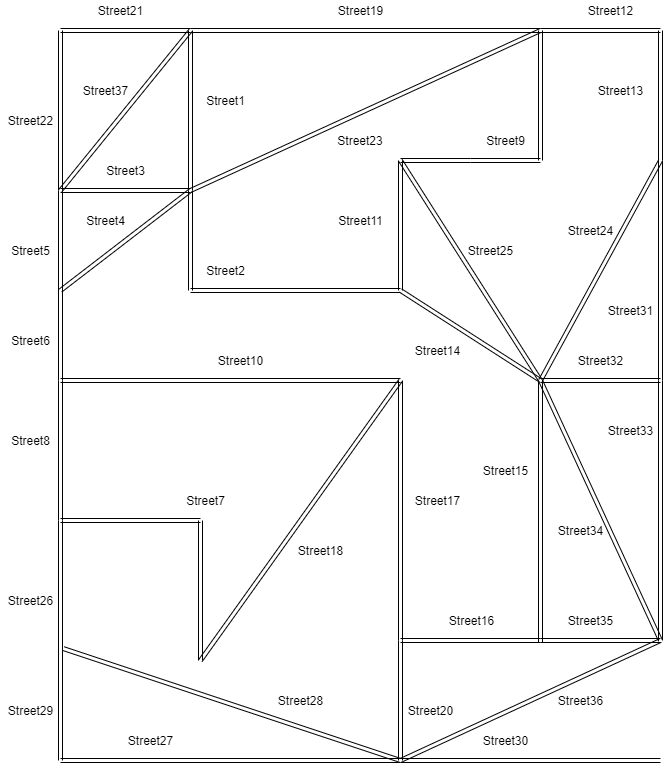
kateriska/IJA keeps this draw.io diagram as projekt/lib/new_map.png. Above is the earlier version. Source tidied: cells renumbered, new cells last; positions are measured from the earlier drawing's top-left corner, leaving out a move shared by most shapes.
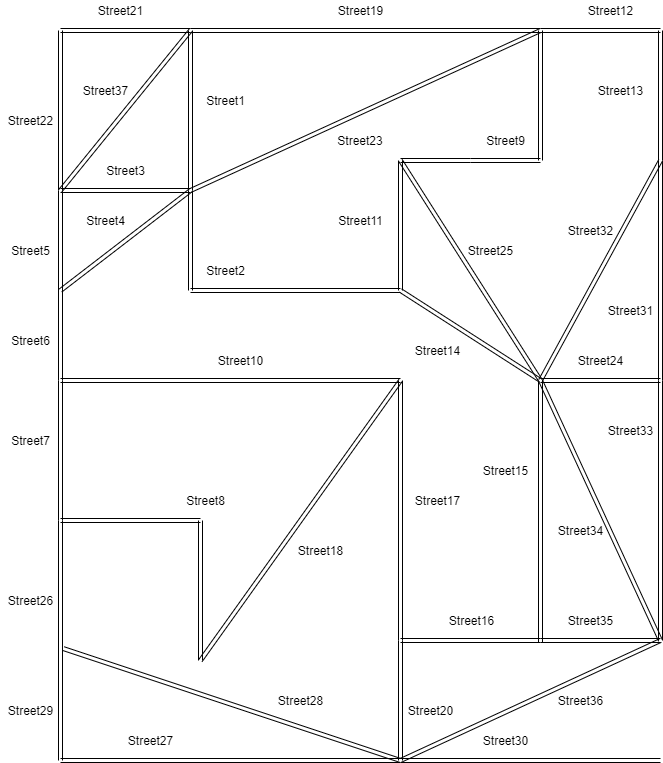
Later version of the same file.

The edit, as a diff of the source:
```diff
@@ -80,10 +80,10 @@
         <mxPoint x="200" y="660" as="targetPoint" />
       </mxGeometry>
     </mxCell>
-    <mxCell id="18" value="Street7" style="text;html=1;align=center;verticalAlign=middle;" parent="1" vertex="1">
+    <mxCell id="18" value="Street8" style="text;html=1;align=center;verticalAlign=middle;" parent="1" vertex="1">
       <mxGeometry x="180" y="490" width="50" height="20" as="geometry" />
     </mxCell>
-    <mxCell id="19" value="Street8" style="text;html=1;align=center;verticalAlign=middle;" parent="1" vertex="1">
+    <mxCell id="19" value="Street7" style="text;html=1;align=center;verticalAlign=middle;" parent="1" vertex="1">
       <mxGeometry x="5" y="430" width="50" height="20" as="geometry" />
     </mxCell>
     <mxCell id="20" style="shape=link;html=1;fillColor=#000000;strokeColor=#000000;" parent="1" edge="1">
@@ -230,7 +230,7 @@
         <mxPoint x="660" y="160" as="targetPoint" />
       </mxGeometry>
     </mxCell>
-    <mxCell id="51" value="Street24" style="text;html=1;align=center;verticalAlign=middle;" parent="1" vertex="1">
+    <mxCell id="51" value="Street32" style="text;html=1;align=center;verticalAlign=middle;" parent="1" vertex="1">
       <mxGeometry x="560" y="220" width="60" height="20" as="geometry" />
     </mxCell>
     <mxCell id="52" style="shape=link;html=1;" parent="1" edge="1">
@@ -329,7 +329,7 @@
     <mxCell id="71" value="Street31" style="text;html=1;align=center;verticalAlign=middle;" parent="1" vertex="1">
       <mxGeometry x="600" y="300" width="60" height="20" as="geometry" />
     </mxCell>
-    <mxCell id="72" value="Street32" style="text;html=1;align=center;verticalAlign=middle;" parent="1" vertex="1">
+    <mxCell id="72" value="Street24" style="text;html=1;align=center;verticalAlign=middle;" parent="1" vertex="1">
       <mxGeometry x="570" y="350" width="60" height="20" as="geometry" />
     </mxCell>
     <mxCell id="73" value="Street33" style="text;html=1;align=center;verticalAlign=middle;" parent="1" vertex="1">
```
